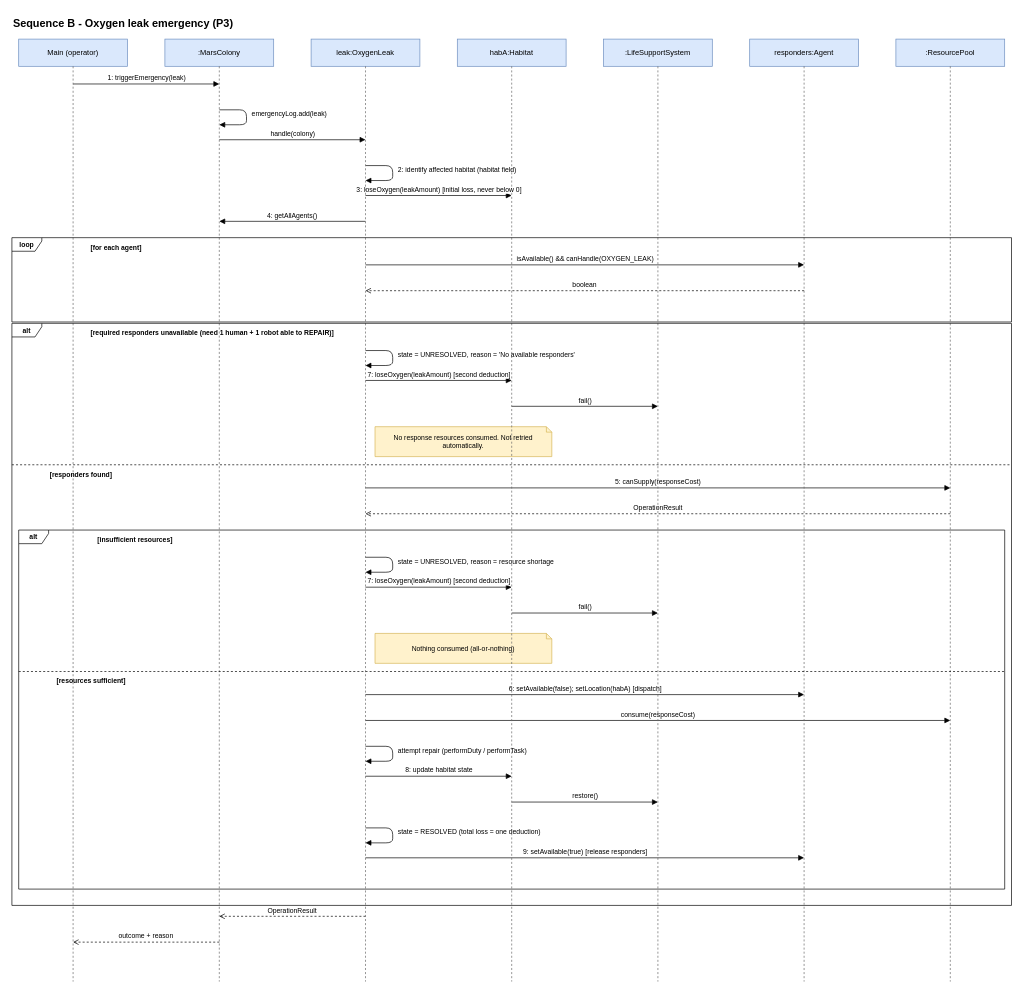
Above: docs/UML/08-sequence-B-oxygen-leak-p3.drawio in YassinAwad66/MARS-OPS (draw.io), before the change. Source tidied: cells renumbered, new cells numbered last; positions are measured from the earlier drawing's top-left corner, leaving out a move shared by most shapes. Both pictures are drawn from the tidied source at 68%, with x=0, y=0 at pixel (12, 12).
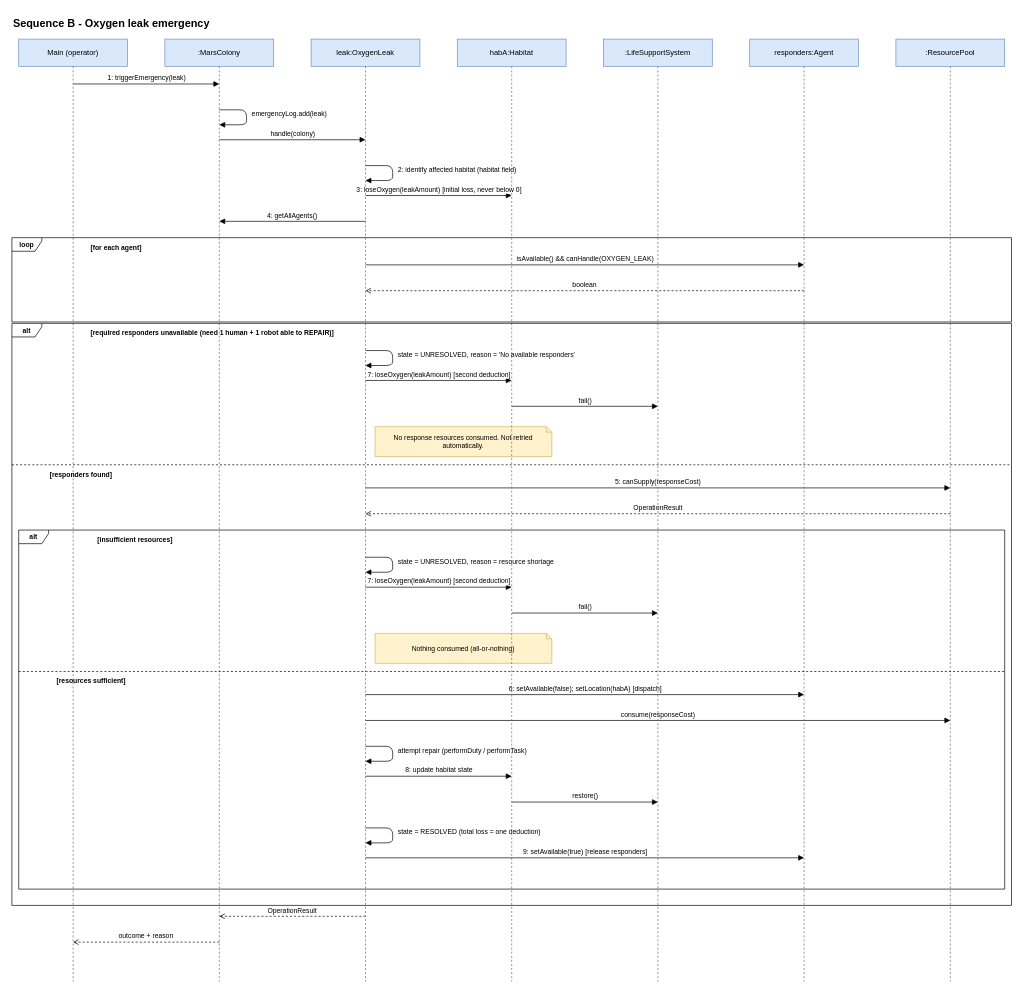
Above is the later version.

What changed in the source:
```diff
@@
-    <mxCell id="2" value="Sequence B - Oxygen leak emergency (P3)" style="text;html=1;align=left;fontStyle=1;fontSize=16;" parent="1" vertex="1">
+    <mxCell id="2" value="Sequence B - Oxygen leak emergency" style="text;html=1;align=left;fontStyle=1;fontSize=16;" parent="1" vertex="1">
       <mxGeometry width="1200" height="30" as="geometry" />
     </mxCell>
```
